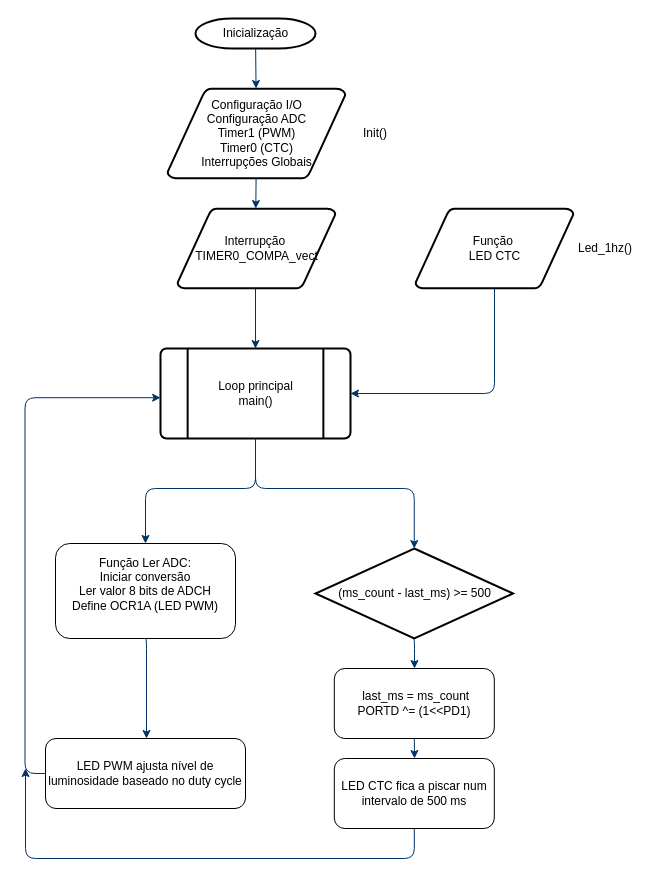
Above: Fluxo LABSI min.drawio in Joluiss/Diagrams.net (draw.io), before the change. Source tidied: cells renumbered, new cells numbered last; positions are measured from the earlier drawing's top-left corner, leaving out a move shared by most shapes. Both pictures are drawn from the tidied source at 100%, with x=0, y=0 at pixel (25, 18).
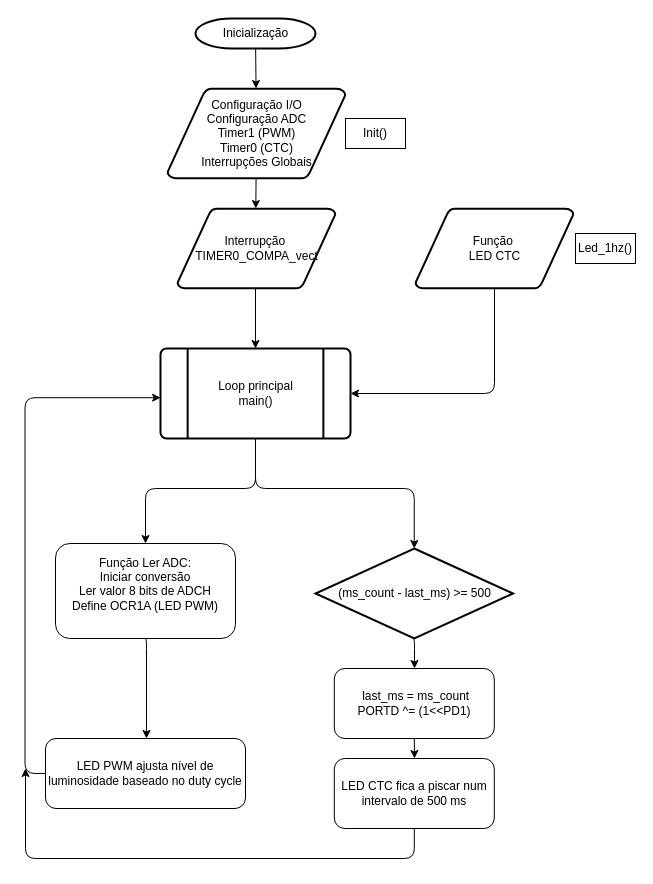
After the change.

The edit, as a diff of the source:
```diff
@@
-    <mxCell id="2" value="Inicialização" style="shape=mxgraph.flowchart.terminator;strokeWidth=2;gradientColor=none;gradientDirection=north;fontStyle=0;html=1;rounded=1;" parent="1" vertex="1">
+    <mxCell id="2" value="Inicialização" style="shape=mxgraph.flowchart.terminator;strokeWidth=2;gradientColor=none;gradientDirection=north;fontStyle=0;html=1;rounded=1;strokeColor=light-dark(#000000,#000000);" parent="1" vertex="1">
       <mxGeometry x="170" width="120" height="30" as="geometry" />
     </mxCell>
-    <mxCell id="3" value="&lt;div&gt;&lt;font&gt;Configuração I/O&lt;/font&gt;&lt;/div&gt;&lt;div&gt;&lt;font&gt;Configuração ADC&lt;/font&gt;&lt;/div&gt;&lt;div&gt;&lt;font&gt;Timer1 (PWM)&lt;/font&gt;&lt;/div&gt;&lt;div&gt;&lt;font&gt;Timer0 (CTC)&lt;/font&gt;&lt;/div&gt;&lt;div&gt;&lt;font&gt;Interrupções Globais&lt;/font&gt;&lt;/div&gt;" style="shape=mxgraph.flowchart.data;strokeWidth=2;gradientColor=none;gradientDirection=north;fontStyle=0;html=1;rounded=1;" parent="1" vertex="1">
+    <mxCell id="3" value="&lt;div&gt;&lt;font&gt;Configuração I/O&lt;/font&gt;&lt;/div&gt;&lt;div&gt;&lt;font&gt;Configuração ADC&lt;/font&gt;&lt;/div&gt;&lt;div&gt;&lt;font&gt;Timer1 (PWM)&lt;/font&gt;&lt;/div&gt;&lt;div&gt;&lt;font&gt;Timer0 (CTC)&lt;/font&gt;&lt;/div&gt;&lt;div&gt;&lt;font&gt;Interrupções Globais&lt;/font&gt;&lt;/div&gt;" style="shape=mxgraph.flowchart.data;strokeWidth=2;gradientColor=none;gradientDirection=north;fontStyle=0;html=1;rounded=1;strokeColor=light-dark(#000000,#000000);" parent="1" vertex="1">
       <mxGeometry x="142" y="70" width="178" height="90" as="geometry" />
     </mxCell>
-    <mxCell id="4" style="fontStyle=1;strokeColor=#003366;strokeWidth=1;html=1;rounded=1;" parent="1" edge="1" source="2" target="3">
+    <mxCell id="4" style="fontStyle=1;strokeColor=light-dark(#000000,#000000);strokeWidth=1;html=1;rounded=1;" parent="1" edge="1" source="2" target="3">
       <mxGeometry relative="1" as="geometry" />
     </mxCell>
-    <mxCell id="5" style="fontStyle=1;strokeColor=#003366;strokeWidth=1;html=1;rounded=1;" parent="1" edge="1" source="3">
+    <mxCell id="5" style="fontStyle=1;strokeColor=light-dark(#000000,#000000);strokeWidth=1;html=1;rounded=1;" parent="1" edge="1" source="3">
       <mxGeometry relative="1" as="geometry">
         <mxPoint x="230.3" y="190" as="targetPoint" />
       </mxGeometry>
     </mxCell>
-    <mxCell id="6" style="entryX=0.5;entryY=0;entryPerimeter=0;fontStyle=1;strokeColor=#003366;strokeWidth=1;html=1;rounded=1;" parent="1" edge="1">
+    <mxCell id="6" style="entryX=0.5;entryY=0;entryPerimeter=0;fontStyle=1;strokeColor=light-dark(#000000,#000000);strokeWidth=1;html=1;rounded=1;" parent="1" edge="1">
       <mxGeometry relative="1" as="geometry">
         <mxPoint x="230" y="270" as="sourcePoint" />
         <mxPoint x="230" y="330" as="targetPoint" />
       </mxGeometry>
     </mxCell>
-    <mxCell id="7" style="edgeStyle=elbowEdgeStyle;elbow=horizontal;entryX=1;entryY=0.5;entryPerimeter=0;exitX=0.5;exitY=1;exitPerimeter=0;fontStyle=1;strokeColor=#003366;strokeWidth=1;html=1;rounded=1;exitDx=0;exitDy=0;entryDx=0;entryDy=0;" parent="1" edge="1" source="13" target="10">
+    <mxCell id="7" style="edgeStyle=elbowEdgeStyle;elbow=horizontal;entryX=1;entryY=0.5;entryPerimeter=0;exitX=0.5;exitY=1;exitPerimeter=0;fontStyle=1;strokeColor=light-dark(#000000,#000000);strokeWidth=1;html=1;rounded=1;exitDx=0;exitDy=0;entryDx=0;entryDy=0;" parent="1" edge="1" source="13" target="10">
       <mxGeometry x="381" y="28.5" as="geometry">
         <Array as="points">
           <mxPoint x="469" y="330" />
         </Array>
       </mxGeometry>
     </mxCell>
-    <mxCell id="8" style="edgeStyle=elbowEdgeStyle;elbow=vertical;fontColor=#001933;fontStyle=1;strokeColor=#003366;strokeWidth=1;html=1;rounded=1;entryX=0.5;entryY=0;entryDx=0;entryDy=0;exitX=0.5;exitY=1;exitDx=0;exitDy=0;exitPerimeter=0;" parent="1" edge="1" source="10" target="16">
+    <mxCell id="8" style="edgeStyle=elbowEdgeStyle;elbow=vertical;fontColor=#001933;fontStyle=1;strokeWidth=1;html=1;rounded=1;entryX=0.5;entryY=0;entryDx=0;entryDy=0;exitX=0.5;exitY=1;exitDx=0;exitDy=0;exitPerimeter=0;strokeColor=light-dark(#000000,#000000);" parent="1" edge="1" source="10" target="16">
       <mxGeometry as="geometry">
         <Array as="points">
           <mxPoint x="180" y="470" />
         </Array>
       </mxGeometry>
     </mxCell>
-    <mxCell id="9" value="&lt;div&gt;Interrupção&amp;nbsp;&lt;/div&gt;&lt;div&gt;TIMER0_COMPA_vect&lt;/div&gt;" style="shape=mxgraph.flowchart.data;strokeWidth=2;gradientColor=none;gradientDirection=north;fontStyle=0;html=1;rounded=1;" parent="1" vertex="1">
+    <mxCell id="9" value="&lt;div&gt;Interrupção&amp;nbsp;&lt;/div&gt;&lt;div&gt;TIMER0_COMPA_vect&lt;/div&gt;" style="shape=mxgraph.flowchart.data;strokeWidth=2;gradientColor=none;gradientDirection=north;fontStyle=0;html=1;rounded=1;strokeColor=light-dark(#000000,#000000);" parent="1" vertex="1">
       <mxGeometry x="152" y="190" width="158" height="80" as="geometry" />
     </mxCell>
-    <mxCell id="10" value="&lt;div&gt;Loop principal&lt;/div&gt;&lt;div&gt;main()&lt;/div&gt;" style="shape=mxgraph.flowchart.predefined_process;strokeWidth=2;gradientColor=none;gradientDirection=north;fontStyle=0;html=1;rounded=1;" parent="1" vertex="1">
+    <mxCell id="10" value="&lt;div&gt;Loop principal&lt;/div&gt;&lt;div&gt;main()&lt;/div&gt;" style="shape=mxgraph.flowchart.predefined_process;strokeWidth=2;gradientColor=none;gradientDirection=north;fontStyle=0;html=1;rounded=1;strokeColor=light-dark(#000000,#000000);" parent="1" vertex="1">
       <mxGeometry x="135" y="330" width="190" height="90" as="geometry" />
     </mxCell>
-    <mxCell id="11" style="edgeStyle=elbowEdgeStyle;elbow=horizontal;exitX=0.5;exitY=1;exitPerimeter=0;fontStyle=1;strokeColor=#003366;strokeWidth=1;html=1;rounded=1;exitDx=0;exitDy=0;entryX=0.5;entryY=0;entryDx=0;entryDy=0;" parent="1" edge="1" target="21">
+    <mxCell id="11" style="edgeStyle=elbowEdgeStyle;elbow=horizontal;exitX=0.5;exitY=1;exitPerimeter=0;fontStyle=1;strokeColor=light-dark(#000000,#000000);strokeWidth=1;html=1;rounded=1;exitDx=0;exitDy=0;entryX=0.5;entryY=0;entryDx=0;entryDy=0;" parent="1" edge="1" target="21">
       <mxGeometry as="geometry">
         <mxPoint x="387" y="620" as="sourcePoint" />
         <Array as="points">
           <mxPoint x="389" y="680" />
         </Array>
       </mxGeometry>
     </mxCell>
-    <mxCell id="12" style="edgeStyle=elbowEdgeStyle;elbow=horizontal;entryX=0.095;entryY=0.5;entryPerimeter=0;fontStyle=1;strokeColor=#003366;strokeWidth=1;html=1;rounded=1;exitX=0;exitY=0.5;exitDx=0;exitDy=0;" parent="1" edge="1" source="19">
+    <mxCell id="12" style="edgeStyle=elbowEdgeStyle;elbow=horizontal;entryX=0.095;entryY=0.5;entryPerimeter=0;fontStyle=1;strokeColor=light-dark(#000000,#000000);strokeWidth=1;html=1;rounded=1;exitX=0;exitY=0.5;exitDx=0;exitDy=0;" parent="1" edge="1" source="19">
       <mxGeometry as="geometry">
         <mxPoint x="135.1" y="379.2" as="targetPoint" />
         <Array as="points">
           <mxPoint x="-0.5" y="1059.2" />
         </Array>
       </mxGeometry>
     </mxCell>
-    <mxCell id="13" value="&lt;div&gt;Função&amp;nbsp;&lt;/div&gt;&lt;div&gt;LED CTC&lt;/div&gt;" style="shape=mxgraph.flowchart.data;strokeWidth=2;gradientColor=none;gradientDirection=north;fontStyle=0;html=1;rounded=1;" parent="1" vertex="1">
+    <mxCell id="13" value="&lt;div&gt;Função&amp;nbsp;&lt;/div&gt;&lt;div&gt;LED CTC&lt;/div&gt;" style="shape=mxgraph.flowchart.data;strokeWidth=2;gradientColor=none;gradientDirection=north;fontStyle=0;html=1;rounded=1;strokeColor=light-dark(#000000,#000000);" parent="1" vertex="1">
       <mxGeometry x="390" y="190" width="158" height="80" as="geometry" />
     </mxCell>
-    <mxCell id="14" value="Init()" style="text;html=1;align=center;verticalAlign=middle;whiteSpace=wrap;rounded=0;" parent="1" vertex="1">
+    <mxCell id="14" value="Init()" style="text;html=1;align=center;verticalAlign=middle;whiteSpace=wrap;rounded=0;strokeColor=light-dark(#000000,#000000);" parent="1" vertex="1">
       <mxGeometry x="320" y="100" width="60" height="30" as="geometry" />
     </mxCell>
-    <mxCell id="15" value="Led_1hz()" style="text;html=1;align=center;verticalAlign=middle;whiteSpace=wrap;rounded=0;" parent="1" vertex="1">
+    <mxCell id="15" value="Led_1hz()" style="text;html=1;align=center;verticalAlign=middle;whiteSpace=wrap;rounded=0;strokeColor=light-dark(#000000,#000000);" parent="1" vertex="1">
       <mxGeometry x="550" y="215" width="60" height="30" as="geometry" />
     </mxCell>
-    <mxCell id="16" value="&lt;div&gt;Função Ler ADC:&lt;/div&gt;&lt;div&gt;Iniciar conversão&lt;/div&gt;&lt;div&gt;Ler valor 8 bits de ADCH&lt;/div&gt;&lt;div&gt;Define OCR1A (LED PWM)&lt;/div&gt;&lt;div&gt;&lt;br&gt;&lt;/div&gt;" style="rounded=1;whiteSpace=wrap;html=1;" parent="1" vertex="1">
+    <mxCell id="16" value="&lt;div&gt;Função Ler ADC:&lt;/div&gt;&lt;div&gt;Iniciar conversão&lt;/div&gt;&lt;div&gt;Ler valor 8 bits de ADCH&lt;/div&gt;&lt;div&gt;Define OCR1A (LED PWM)&lt;/div&gt;&lt;div&gt;&lt;br&gt;&lt;/div&gt;" style="rounded=1;whiteSpace=wrap;html=1;strokeColor=light-dark(#000000,#000000);" parent="1" vertex="1">
       <mxGeometry x="30" y="525" width="180" height="95" as="geometry" />
     </mxCell>
-    <mxCell id="17" style="edgeStyle=elbowEdgeStyle;elbow=vertical;fontColor=#001933;fontStyle=1;strokeColor=#003366;strokeWidth=1;html=1;rounded=1;entryX=0.5;entryY=0;entryDx=0;entryDy=0;entryPerimeter=0;" parent="1" edge="1" target="18">
+    <mxCell id="17" style="edgeStyle=elbowEdgeStyle;elbow=vertical;fontColor=#001933;fontStyle=1;strokeColor=light-dark(#000000,#000000);strokeWidth=1;html=1;rounded=1;entryX=0.5;entryY=0;entryDx=0;entryDy=0;entryPerimeter=0;" parent="1" edge="1" target="18">
       <mxGeometry as="geometry">
         <mxPoint x="230" y="420" as="sourcePoint" />
         <Array as="points">
           <mxPoint x="310" y="470" />
         </Array>
       </mxGeometry>
     </mxCell>
-    <mxCell id="18" value="(ms_count - last_ms) &amp;gt;= 500" style="shape=mxgraph.flowchart.decision;strokeWidth=2;gradientColor=none;gradientDirection=north;fontStyle=0;html=1;rounded=1;" parent="1" vertex="1">
+    <mxCell id="18" value="(ms_count - last_ms) &amp;gt;= 500" style="shape=mxgraph.flowchart.decision;strokeWidth=2;gradientColor=none;gradientDirection=north;fontStyle=0;html=1;rounded=1;strokeColor=light-dark(#000000,#000000);" parent="1" vertex="1">
       <mxGeometry x="290" y="530" width="197.5" height="90" as="geometry" />
     </mxCell>
-    <mxCell id="19" value="LED PWM ajusta nível de luminosidade baseado no duty cycle" style="rounded=1;whiteSpace=wrap;html=1;" parent="1" vertex="1">
+    <mxCell id="19" value="LED PWM ajusta nível de luminosidade baseado no duty cycle" style="rounded=1;whiteSpace=wrap;html=1;strokeColor=light-dark(#000000,#000000);" parent="1" vertex="1">
       <mxGeometry x="20" y="720" width="200" height="70" as="geometry" />
     </mxCell>
-    <mxCell id="20" style="edgeStyle=elbowEdgeStyle;elbow=horizontal;exitX=0.5;exitY=1;exitPerimeter=0;fontStyle=1;strokeColor=#003366;strokeWidth=1;html=1;rounded=1;exitDx=0;exitDy=0;" parent="1" edge="1">
+    <mxCell id="20" style="edgeStyle=elbowEdgeStyle;elbow=horizontal;exitX=0.5;exitY=1;exitPerimeter=0;fontStyle=1;strokeColor=light-dark(#000000,#000000);strokeWidth=1;html=1;rounded=1;exitDx=0;exitDy=0;" parent="1" edge="1">
       <mxGeometry as="geometry">
         <mxPoint x="119" y="620" as="sourcePoint" />
         <mxPoint x="121" y="720" as="targetPoint" />
         <Array as="points">
           <mxPoint x="121" y="680" />
         </Array>
       </mxGeometry>
     </mxCell>
-    <mxCell id="21" value="&lt;div&gt;&amp;nbsp;last_ms = ms_count&lt;/div&gt;&lt;div&gt;PORTD ^= (1&amp;lt;&amp;lt;PD1)&lt;/div&gt;" style="rounded=1;whiteSpace=wrap;html=1;" parent="1" vertex="1">
+    <mxCell id="21" value="&lt;div&gt;&amp;nbsp;last_ms = ms_count&lt;/div&gt;&lt;div&gt;PORTD ^= (1&amp;lt;&amp;lt;PD1)&lt;/div&gt;" style="rounded=1;whiteSpace=wrap;html=1;strokeColor=light-dark(#000000,#000000);" parent="1" vertex="1">
       <mxGeometry x="308.8" y="650" width="160" height="70" as="geometry" />
     </mxCell>
-    <mxCell id="22" style="edgeStyle=elbowEdgeStyle;elbow=vertical;fontColor=#001933;fontStyle=1;strokeColor=#003366;strokeWidth=1;html=1;rounded=1;exitX=0.5;exitY=1;exitDx=0;exitDy=0;" parent="1" edge="1" source="23">
+    <mxCell id="22" style="edgeStyle=elbowEdgeStyle;elbow=vertical;fontColor=#001933;fontStyle=1;strokeColor=light-dark(#000000,#000000);strokeWidth=1;html=1;rounded=1;exitX=0.5;exitY=1;exitDx=0;exitDy=0;" parent="1" edge="1" source="23">
       <mxGeometry as="geometry">
         <mxPoint y="750" as="targetPoint" />
         <Array as="points">
           <mxPoint x="469" y="840" />
         </Array>
       </mxGeometry>
     </mxCell>
-    <mxCell id="23" value="LED CTC fica a piscar num intervalo de 500 ms" style="rounded=1;whiteSpace=wrap;html=1;" parent="1" vertex="1">
+    <mxCell id="23" value="LED CTC fica a piscar num intervalo de 500 ms" style="rounded=1;whiteSpace=wrap;html=1;strokeColor=light-dark(#000000,#000000);" parent="1" vertex="1">
       <mxGeometry x="308.8" y="740" width="160" height="70" as="geometry" />
     </mxCell>
-    <mxCell id="24" style="edgeStyle=elbowEdgeStyle;elbow=horizontal;exitX=0.5;exitY=1;fontStyle=1;strokeColor=#003366;strokeWidth=1;html=1;rounded=1;exitDx=0;exitDy=0;entryX=0.5;entryY=0;entryDx=0;entryDy=0;" parent="1" edge="1" source="21" target="23">
+    <mxCell id="24" style="edgeStyle=elbowEdgeStyle;elbow=horizontal;exitX=0.5;exitY=1;fontStyle=1;strokeColor=light-dark(#000000,#000000);strokeWidth=1;html=1;rounded=1;exitDx=0;exitDy=0;entryX=0.5;entryY=0;entryDx=0;entryDy=0;" parent="1" edge="1" source="21" target="23">
       <mxGeometry as="geometry" />
     </mxCell>
```
